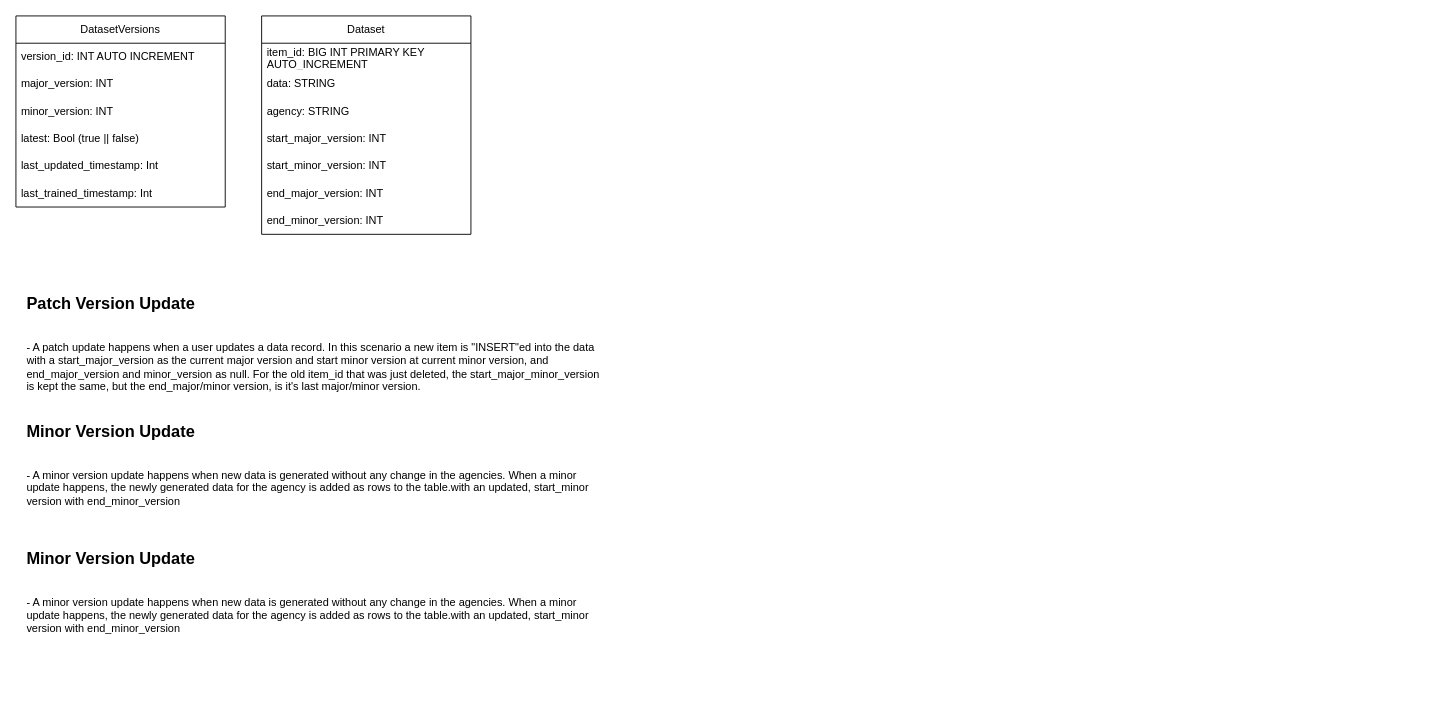
rootcodelabs/Global-Classifier keeps this draw.io diagram as page "Dataset-UpdatePipeline" (5 of 6) of docs/achitecture/global-classifier-dataset-pipeline-architecture -v2.drawio. Above is the earlier version. Source tidied: cells renumbered, new cells numbered last; positions are measured from the earlier drawing's top-left corner, leaving out a move shared by most shapes. Both pictures are drawn from the tidied source at 91%, with x=0, y=0 at pixel (15, 15).
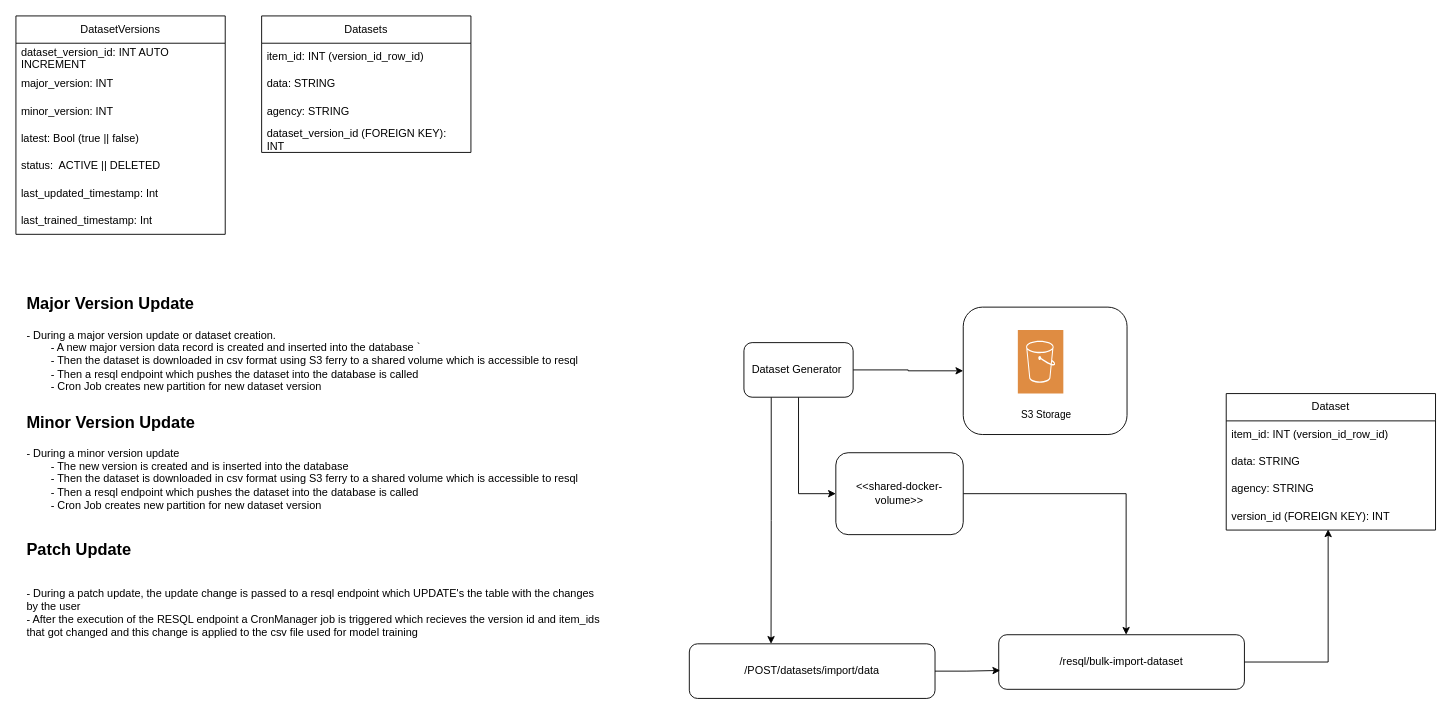
The same diagram, later.

Commit message (it also covers changes not shown here):
updated docker compose config and data addition architectur

Change to the diagram source:
```diff
@@
     <mxCell id="2" value="DatasetVersions" style="swimlane;fontStyle=0;horizontal=1;startSize=30;whiteSpace=wrap;html=1;" parent="1" vertex="1">
-      <mxGeometry width="230" height="210" as="geometry" />
+      <mxGeometry width="230" height="240" as="geometry" />
     </mxCell>
-    <mxCell id="3" value="version_id: INT AUTO INCREMENT" style="text;strokeColor=none;fillColor=none;align=left;verticalAlign=middle;spacingLeft=4;spacingRight=4;overflow=hidden;whiteSpace=wrap;html=1;" parent="2" vertex="1">
+    <mxCell id="3" value="dataset_version_id: INT AUTO INCREMENT" style="text;strokeColor=none;fillColor=none;align=left;verticalAlign=middle;spacingLeft=4;spacingRight=4;overflow=hidden;whiteSpace=wrap;html=1;" parent="2" vertex="1">
       <mxGeometry y="30" width="230" height="30" as="geometry" />
     </mxCell>
@@
+    <mxCell id="20" value="status:&amp;nbsp; ACTIVE || DELETED" style="text;strokeColor=none;fillColor=none;align=left;verticalAlign=middle;spacingLeft=4;spacingRight=4;overflow=hidden;whiteSpace=wrap;html=1;" parent="2" vertex="1">
+      <mxGeometry y="150" width="230" height="30" as="geometry" />
+    </mxCell>
     <mxCell id="7" value="last_updated_timestamp: Int" style="text;strokeColor=none;fillColor=none;align=left;verticalAlign=middle;spacingLeft=4;spacingRight=4;overflow=hidden;whiteSpace=wrap;html=1;" parent="2" vertex="1">
-      <mxGeometry y="150" width="230" height="30" as="geometry" />
+      <mxGeometry y="180" width="230" height="30" as="geometry" />
     </mxCell>
     <mxCell id="8" value="last_trained_timestamp: Int" style="text;strokeColor=none;fillColor=none;align=left;verticalAlign=middle;spacingLeft=4;spacingRight=4;overflow=hidden;whiteSpace=wrap;html=1;" parent="2" vertex="1">
-      <mxGeometry y="180" width="230" height="30" as="geometry" />
+      <mxGeometry y="210" width="230" height="30" as="geometry" />
     </mxCell>
-    <mxCell id="9" value="Dataset" style="swimlane;fontStyle=0;horizontal=1;startSize=30;whiteSpace=wrap;html=1;" parent="1" vertex="1">
-      <mxGeometry x="270" width="230" height="240" as="geometry" />
+    <mxCell id="9" value="Datasets" style="swimlane;fontStyle=0;horizontal=1;startSize=30;whiteSpace=wrap;html=1;" parent="1" vertex="1">
+      <mxGeometry x="270" width="230" height="150" as="geometry" />
     </mxCell>
-    <mxCell id="10" value="item_id: BIG INT PRIMARY KEY AUTO_INCREMENT" style="text;strokeColor=none;fillColor=none;align=left;verticalAlign=middle;spacingLeft=4;spacingRight=4;overflow=hidden;whiteSpace=wrap;html=1;" parent="9" vertex="1">
+    <mxCell id="10" value="item_id: INT (version_id_row_id)" style="text;strokeColor=none;fillColor=none;align=left;verticalAlign=middle;spacingLeft=4;spacingRight=4;overflow=hidden;whiteSpace=wrap;html=1;" parent="9" vertex="1">
       <mxGeometry y="30" width="230" height="30" as="geometry" />
     </mxCell>
@@
-    <mxCell id="13" value="start_major_version: INT" style="text;strokeColor=none;fillColor=none;align=left;verticalAlign=middle;spacingLeft=4;spacingRight=4;overflow=hidden;whiteSpace=wrap;html=1;" parent="9" vertex="1">
-      <mxGeometry y="120" width="230" height="30" as="geometry" />
-    </mxCell>
-    <mxCell id="14" value="start_minor_version: INT" style="text;strokeColor=none;fillColor=none;align=left;verticalAlign=middle;spacingLeft=4;spacingRight=4;overflow=hidden;whiteSpace=wrap;html=1;" parent="9" vertex="1">
-      <mxGeometry y="150" width="230" height="30" as="geometry" />
+    <mxCell id="14" value="dataset_version_id (FOREIGN KEY): INT&amp;nbsp;" style="text;strokeColor=none;fillColor=none;align=left;verticalAlign=middle;spacingLeft=4;spacingRight=4;overflow=hidden;whiteSpace=wrap;html=1;" parent="9" vertex="1">
+      <mxGeometry y="120" width="230" height="30" as="geometry" />
     </mxCell>
-    <mxCell id="15" value="end_major_version: INT" style="text;strokeColor=none;fillColor=none;align=left;verticalAlign=middle;spacingLeft=4;spacingRight=4;overflow=hidden;whiteSpace=wrap;html=1;" parent="9" vertex="1">
-      <mxGeometry y="180" width="230" height="30" as="geometry" />
-    </mxCell>
-    <mxCell id="16" value="end_minor_version: INT" style="text;strokeColor=none;fillColor=none;align=left;verticalAlign=middle;spacingLeft=4;spacingRight=4;overflow=hidden;whiteSpace=wrap;html=1;" parent="9" vertex="1">
-      <mxGeometry y="210" width="230" height="30" as="geometry" />
-    </mxCell>
-    <mxCell id="17" value="&lt;h2 style=&quot;margin-top: 0px;&quot;&gt;Patch Version Update&lt;/h2&gt;&lt;div&gt;&lt;br&gt;&lt;/div&gt;&lt;div&gt;- A patch update happens when a user updates a data record. In this scenario a new item is &quot;INSERT&quot;ed into the data with a start_major_version as the current major version and start minor version at current minor version, and end_major_version and minor_version as null. For the old item_id that was just deleted, the start_major_minor_version is kept the same, but the end_major/minor version, is it's last major/minor version.&lt;/div&gt;&lt;div&gt;&lt;br&gt;&lt;/div&gt;" style="text;html=1;whiteSpace=wrap;overflow=hidden;rounded=0;" parent="1" vertex="1">
+    <mxCell id="17" value="&lt;h2 style=&quot;margin-top: 0px;&quot;&gt;Major Version Update&lt;/h2&gt;&lt;div&gt;- During a major version update or dataset creation.&amp;nbsp;&lt;/div&gt;&lt;div&gt;&lt;span style=&quot;white-space: pre;&quot;&gt;&#9;&lt;/span&gt;- A new major version data record is created and inserted into the database `&lt;br&gt;&lt;/div&gt;&lt;div&gt;&lt;span style=&quot;white-space: pre;&quot;&gt;&#9;&lt;/span&gt;- Then the dataset is downloaded in csv format using S3 ferry to a shared volume which is accessible to resql&lt;br&gt;&lt;/div&gt;&lt;div&gt;&lt;span style=&quot;white-space: pre;&quot;&gt;&#9;&lt;/span&gt;- Then a resql endpoint which pushes the dataset into the database is called&amp;nbsp;&lt;/div&gt;&lt;div&gt;&lt;span style=&quot;white-space: pre;&quot;&gt;&#9;&lt;/span&gt;- Cron Job creates new partition for new dataset version&lt;/div&gt;" style="text;html=1;whiteSpace=wrap;overflow=hidden;rounded=0;" parent="1" vertex="1">
       <mxGeometry x="10" y="300" width="635" height="130" as="geometry" />
     </mxCell>
-    <mxCell id="18" value="&lt;h2 style=&quot;margin-top: 0px;&quot;&gt;Minor Version Update&lt;/h2&gt;&lt;div&gt;&lt;br&gt;&lt;/div&gt;&lt;div&gt;- A minor version update happens when new data is generated without any change in the agencies. When a minor update happens, the newly generated data for the agency is added as rows to the table.with an updated, start_minor version with end_minor_version&amp;nbsp;&lt;/div&gt;" style="text;html=1;whiteSpace=wrap;overflow=hidden;rounded=0;" parent="1" vertex="1">
-      <mxGeometry x="10" y="440" width="635" height="130" as="geometry" />
+    <mxCell id="18" value="&lt;h2 style=&quot;margin-top: 0px;&quot;&gt;Minor Version Update&lt;/h2&gt;&lt;div&gt;- During a minor version update&lt;/div&gt;&lt;div&gt;&lt;span style=&quot;white-space: pre;&quot;&gt;&#9;&lt;/span&gt;- The new version is created and is inserted into the database&lt;br&gt;&lt;/div&gt;&lt;div&gt;&lt;div&gt;&lt;span style=&quot;white-space: pre;&quot;&gt;&#9;&lt;/span&gt;- Then the dataset is downloaded in csv format using S3 ferry to a shared volume which is accessible to resql&lt;br&gt;&lt;/div&gt;&lt;div&gt;&lt;span style=&quot;white-space: pre;&quot;&gt;&#9;&lt;/span&gt;- Then a resql endpoint which pushes the dataset into the database is called&amp;nbsp;&lt;/div&gt;&lt;div&gt;&lt;span style=&quot;white-space: pre;&quot;&gt;&#9;&lt;/span&gt;- Cron Job creates new partition for new dataset version&lt;/div&gt;&lt;/div&gt;" style="text;html=1;whiteSpace=wrap;overflow=hidden;rounded=0;" parent="1" vertex="1">
+      <mxGeometry x="10" y="430" width="635" height="130" as="geometry" />
     </mxCell>
-    <mxCell id="19" value="&lt;h2 style=&quot;margin-top: 0px;&quot;&gt;Minor Version Update&lt;/h2&gt;&lt;div&gt;&lt;br&gt;&lt;/div&gt;&lt;div&gt;- A minor version update happens when new data is generated without any change in the agencies. When a minor update happens, the newly generated data for the agency is added as rows to the table.with an updated, start_minor version with end_minor_version&amp;nbsp;&lt;/div&gt;" style="text;html=1;whiteSpace=wrap;overflow=hidden;rounded=0;" parent="1" vertex="1">
-      <mxGeometry x="10" y="580" width="635" height="130" as="geometry" />
+    <mxCell id="19" value="&lt;h2 style=&quot;margin-top: 0px;&quot;&gt;Patch Update&lt;/h2&gt;&lt;div&gt;&lt;br&gt;&lt;/div&gt;&lt;div&gt;- During a patch update, the update change is passed to a resql endpoint which UPDATE's the table with the changes by the user&lt;/div&gt;&lt;div&gt;- After the execution of the RESQL endpoint a CronManager job is triggered which recieves the version id and item_ids that got changed and this change is applied to the csv file used for model training&lt;/div&gt;&lt;div&gt;&lt;br&gt;&lt;/div&gt;" style="text;html=1;whiteSpace=wrap;overflow=hidden;rounded=0;" parent="1" vertex="1">
+      <mxGeometry x="10" y="570" width="635" height="130" as="geometry" />
     </mxCell>
+    <mxCell id="21" style="edgeStyle=orthogonalEdgeStyle;rounded=0;jettySize=auto;html=1;exitX=1;exitY=0.5;exitDx=0;exitDy=0;entryX=0;entryY=0.5;entryDx=0;entryDy=0;" parent="1" edge="1" source="24" target="27">
+      <mxGeometry relative="1" as="geometry" />
+    </mxCell>
+    <mxCell id="22" style="edgeStyle=orthogonalEdgeStyle;rounded=0;jettySize=auto;html=1;entryX=0;entryY=0.5;entryDx=0;entryDy=0;" parent="1" edge="1" source="24" target="26">
+      <mxGeometry relative="1" as="geometry" />
+    </mxCell>
+    <mxCell id="23" style="edgeStyle=orthogonalEdgeStyle;rounded=0;jettySize=auto;html=1;exitX=0.25;exitY=1;exitDx=0;exitDy=0;" parent="1" edge="1" source="24">
+      <mxGeometry relative="1" as="geometry">
+        <mxPoint x="829.8" y="690" as="targetPoint" />
+      </mxGeometry>
+    </mxCell>
+    <mxCell id="24" value="Dataset Generator&amp;nbsp;" style="rounded=1;whiteSpace=wrap;html=1;" parent="1" vertex="1">
+      <mxGeometry x="800" y="359" width="120" height="60" as="geometry" />
+    </mxCell>
+    <mxCell id="25" style="edgeStyle=orthogonalEdgeStyle;rounded=0;jettySize=auto;html=1;" parent="1" edge="1" source="26" target="31">
+      <mxGeometry relative="1" as="geometry">
+        <Array as="points">
+          <mxPoint x="1220" y="525" />
+        </Array>
+      </mxGeometry>
+    </mxCell>
+    <mxCell id="26" value="&amp;lt;&amp;lt;shared-docker-volume&amp;gt;&amp;gt;" style="rounded=1;whiteSpace=wrap;html=1;" parent="1" vertex="1">
+      <mxGeometry x="901" y="480" width="140" height="90" as="geometry" />
+    </mxCell>
+    <mxCell id="27" style="rounded=1;whiteSpace=wrap;html=1;" parent="1" vertex="1">
+      <mxGeometry x="1041" y="320" width="180" height="140" as="geometry" />
+    </mxCell>
+    <mxCell id="28" style="sketch=0;shadow=0;dashed=0;html=1;strokeColor=none;fillColor=#DF8C42;labelPosition=center;verticalLabelPosition=bottom;verticalAlign=top;align=center;shape=mxgraph.veeam2.aws_s3;" parent="1" vertex="1">
+      <mxGeometry x="1101" y="345" width="50" height="70" as="geometry" />
+    </mxCell>
+    <mxCell id="29" value="&lt;span style=&quot;font-size: 11px; text-wrap-mode: nowrap;&quot;&gt;S3 Storage&lt;/span&gt;" style="text;html=1;align=center;verticalAlign=middle;whiteSpace=wrap;rounded=0;" parent="1" vertex="1">
+      <mxGeometry x="1059.5" y="423" width="145" height="30" as="geometry" />
+    </mxCell>
+    <mxCell id="30" value="/POST/datasets/import/data" style="rounded=1;whiteSpace=wrap;html=1;" parent="1" vertex="1">
+      <mxGeometry x="740" y="690" width="270" height="60" as="geometry" />
+    </mxCell>
+    <mxCell id="31" value="/resql/bulk-import-dataset" style="rounded=1;whiteSpace=wrap;html=1;" parent="1" vertex="1">
+      <mxGeometry x="1080" y="680" width="270" height="60" as="geometry" />
+    </mxCell>
+    <mxCell id="32" value="Dataset" style="swimlane;fontStyle=0;horizontal=1;startSize=30;whiteSpace=wrap;html=1;" parent="1" vertex="1">
+      <mxGeometry x="1330" y="415" width="230" height="150" as="geometry" />
+    </mxCell>
+    <mxCell id="33" value="item_id: INT (version_id_row_id)" style="text;strokeColor=none;fillColor=none;align=left;verticalAlign=middle;spacingLeft=4;spacingRight=4;overflow=hidden;whiteSpace=wrap;html=1;" parent="32" vertex="1">
+      <mxGeometry y="30" width="230" height="30" as="geometry" />
+    </mxCell>
+    <mxCell id="34" value="data: STRING" style="text;strokeColor=none;fillColor=none;align=left;verticalAlign=middle;spacingLeft=4;spacingRight=4;overflow=hidden;whiteSpace=wrap;html=1;" parent="32" vertex="1">
+      <mxGeometry y="60" width="230" height="30" as="geometry" />
+    </mxCell>
+    <mxCell id="35" value="agency: STRING" style="text;strokeColor=none;fillColor=none;align=left;verticalAlign=middle;spacingLeft=4;spacingRight=4;overflow=hidden;whiteSpace=wrap;html=1;" parent="32" vertex="1">
+      <mxGeometry y="90" width="230" height="30" as="geometry" />
+    </mxCell>
+    <mxCell id="36" value="version_id (FOREIGN KEY): INT&amp;nbsp;" style="text;strokeColor=none;fillColor=none;align=left;verticalAlign=middle;spacingLeft=4;spacingRight=4;overflow=hidden;points=[[0,0.5],[1,0.5]];portConstraint=eastwest;whiteSpace=wrap;html=1;" parent="32" vertex="1">
+      <mxGeometry y="120" width="230" height="30" as="geometry" />
+    </mxCell>
+    <mxCell id="37" style="edgeStyle=orthogonalEdgeStyle;rounded=0;jettySize=auto;html=1;exitX=1;exitY=0.5;exitDx=0;exitDy=0;entryX=0.487;entryY=0.974;entryDx=0;entryDy=0;entryPerimeter=0;" parent="1" edge="1" source="31" target="36">
+      <mxGeometry relative="1" as="geometry" />
+    </mxCell>
+    <mxCell id="38" style="edgeStyle=orthogonalEdgeStyle;rounded=0;jettySize=auto;html=1;entryX=0.006;entryY=0.654;entryDx=0;entryDy=0;entryPerimeter=0;" parent="1" edge="1" source="30" target="31">
+      <mxGeometry relative="1" as="geometry" />
+    </mxCell>
```
